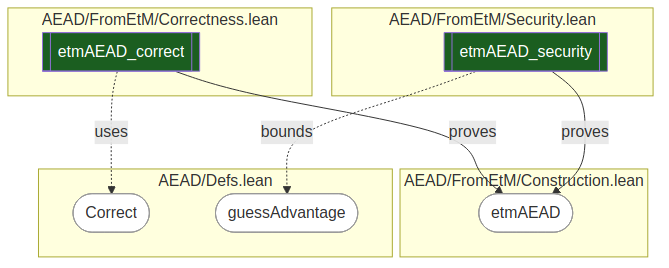
Beneficial-AI-Foundation/probe keeps this Mermaid diagram as docs/img/vcvio.png. Above is the earlier version. Its source is kept beside it as docs/img/vcvio.mmd.
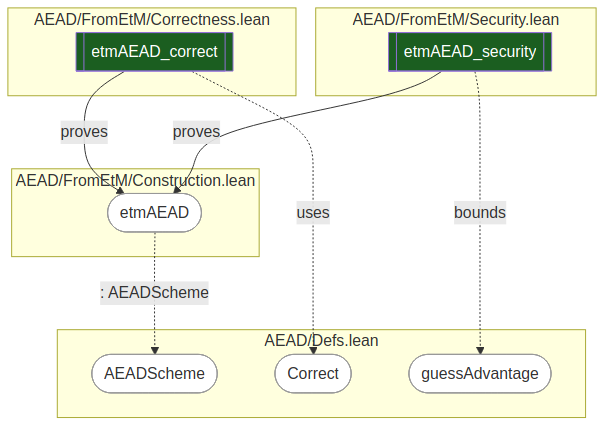
The same diagram one commit later.

Commit message:
docs: add the AEADScheme structure to the secure-messaging diagram

Show AEADScheme (a structure in AEAD/Defs.lean, White) and the ": AEADScheme"
edge from the etmAEAD construction that instantiates it, alongside the
Correct/guessAdvantage properties and the two verified theorems.

Diff of the diagram source:
```diff
@@ -3,6 +3,7 @@
         etm(["etmAEAD"]):::white
     end
     subgraph defs ["AEAD/Defs.lean"]
+        scheme(["AEADScheme"]):::white
         correct(["Correct"]):::white
         adv(["guessAdvantage"]):::white
     end
@@ -12,6 +13,7 @@
     subgraph secf ["AEAD/FromEtM/Security.lean"]
         tsec[["etmAEAD_security"]]:::darkGreen
     end
+    etm -.->|": AEADScheme"| scheme
     tcor -->|proves| etm
     tcor -.->|uses| correct
     tsec -->|proves| etm
```
